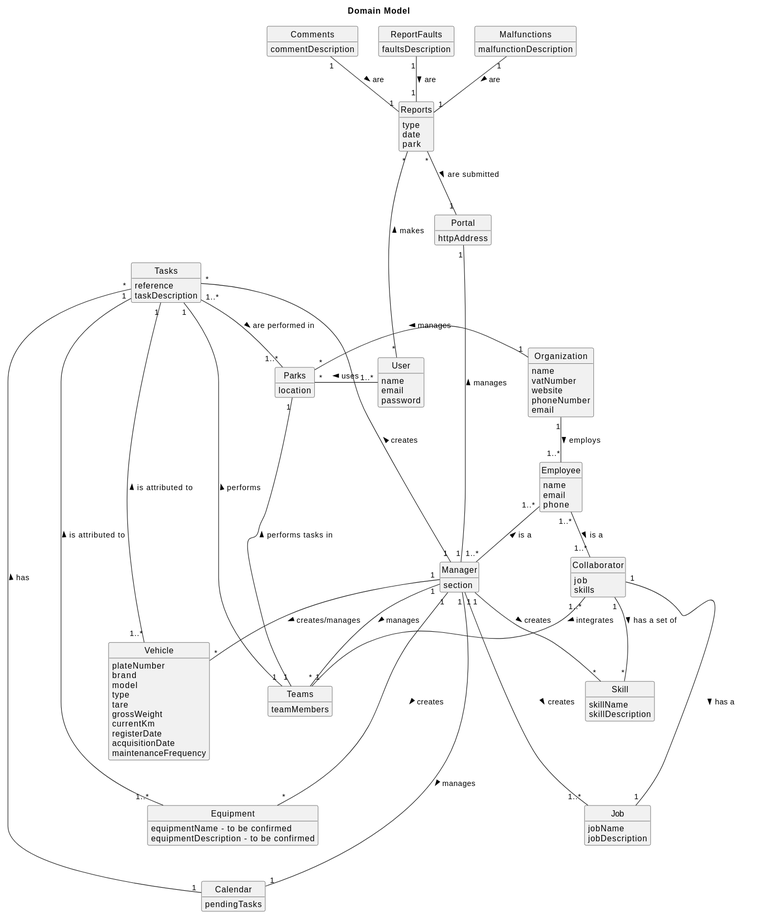
The PlantUML diagram docs/sprintA/global-artifacts/02.analysis/svg/project-domain-model.svg in Paulo-Pereira-at-ISEP/lei-24-s2-1nanb-g321, before a commit. The source it was exported from:
```plantuml
@startuml
skinparam packageStyle rectangle
skinparam shadowing false
skinparam classAttributeIconSize 0
hide circle
hide methods

title Domain Model

class Organization {
    name
    vatNumber
    website
    phoneNumber
    email
}

class Employee {
    name
    email
    phone
}

class Collaborator {
    job
    skills

}

class Manager {
    section
}

class Skill {
    skillName
    skillDescription
}

class Job {
    jobName
    jobDescription
}

class Vehicle {
    plateNumber
    brand
    model
    type
    tare
    grossWeight
    currentKm
    registerDate
    acquisitionDate
    maintenanceFrequency
}

class Equipment {
    equipmentName - to be confirmed
    equipmentDescription - to be confirmed
}

class Calendar {
    pendingTasks
}


class Tasks {
    reference
    taskDescription

}

class Teams {
    teamMembers
}

class Parks {
    location
}

class Portal {
    httpAddress
}

class User {
    name
    email
    password
}

class Reports {
    type
    date
    park

}

class Comments {
    commentDescription
}

class ReportFaults {
    faultsDescription
}

class Malfunctions {
    malfunctionDescription
}



Manager "1..*" --up "1..*" Employee: is a >
Manager "1" -up "1" Portal: manages >
Manager "1" --right "1..*" Job: creates >
Manager "1" --right "*" Skill: creates >
Manager "1" ---- "1" Calendar: manages >
Manager "1" --- "*" Equipment: creates >
Manager "1" -- "*" Vehicle: creates/manages >
Manager "1" --left "*" Tasks: creates >
Manager "1" -- "*" Teams: manages >




User "1..*" - "*" Parks: uses >
User "*" ----up "*" Reports: makes >

Comments "1" -- "1" Reports: are >
ReportFaults "1" -- "1" Reports: are >
Malfunctions "1" -- "1" Reports: are >

Teams "1" - "1" Parks: performs tasks in >
Teams "1" - "1" Tasks: performs >


Organization "1" -left "*" Parks: manages >
Organization "1" -- "1..*" Employee : employs >


Employee "1..*" -- "1..*" Collaborator: is a >

Collaborator "1" --- "1" Job: has a >
Collaborator "1" --down "*" Skill: has a set of >
Collaborator "1..*" --down "1" Teams: integrates >



Vehicle "1..*" - "1" Tasks: is attributed to >

Equipment "1..*" -left "1" Tasks: is attributed to >

Calendar "1" -left "*" Tasks: has >


Tasks "1..*" -- "1..*" Parks: are performed in >



Reports "*" -- "1" Portal: are submitted >
@enduml
```
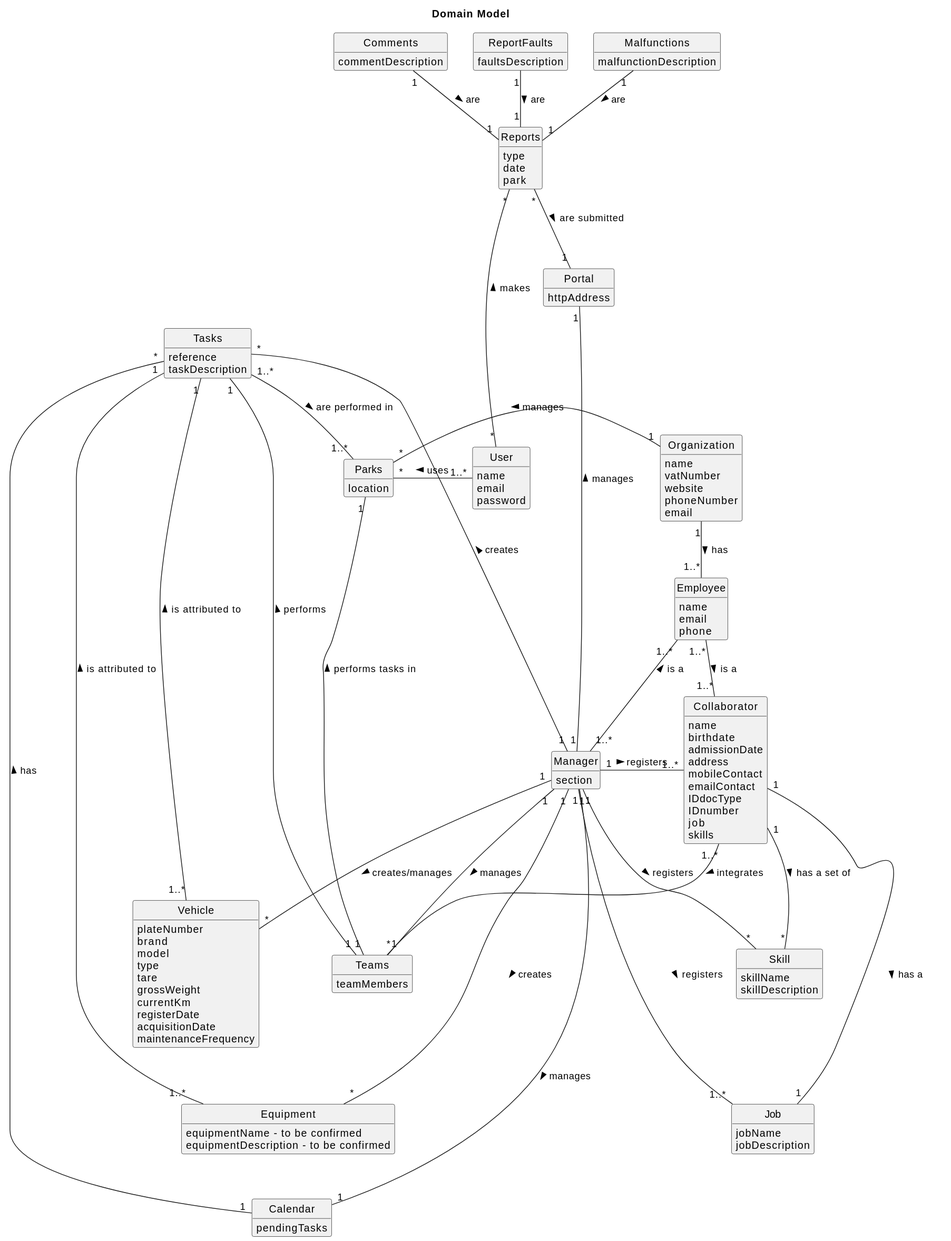
After the commit.

What changed in the source:
```diff
@@ -22,6 +22,14 @@
 }
 
 class Collaborator {
+    name
+    birthdate
+    admissionDate
+    address
+    mobileContact
+    emailContact
+    IDdocType
+    IDnumber
     job
     skills
 
@@ -111,8 +119,9 @@
 
 Manager "1..*" --up "1..*" Employee: is a >
 Manager "1" -up "1" Portal: manages >
-Manager "1" --right "1..*" Job: creates >
-Manager "1" --right "*" Skill: creates >
+Manager "1" --right "1..*" Job: registers >
+Manager "1" --right "*" Skill: registers >
+Manager "1" --right "1..*" Collaborator: registers >
 Manager "1" ---- "1" Calendar: manages >
 Manager "1" --- "*" Equipment: creates >
 Manager "1" -- "*" Vehicle: creates/manages >
@@ -134,7 +143,7 @@
 
 
 Organization "1" -left "*" Parks: manages >
-Organization "1" -- "1..*" Employee : employs >
+Organization "1" -- "1..*" Employee : has >
 
 
 Employee "1..*" -- "1..*" Collaborator: is a >
```
